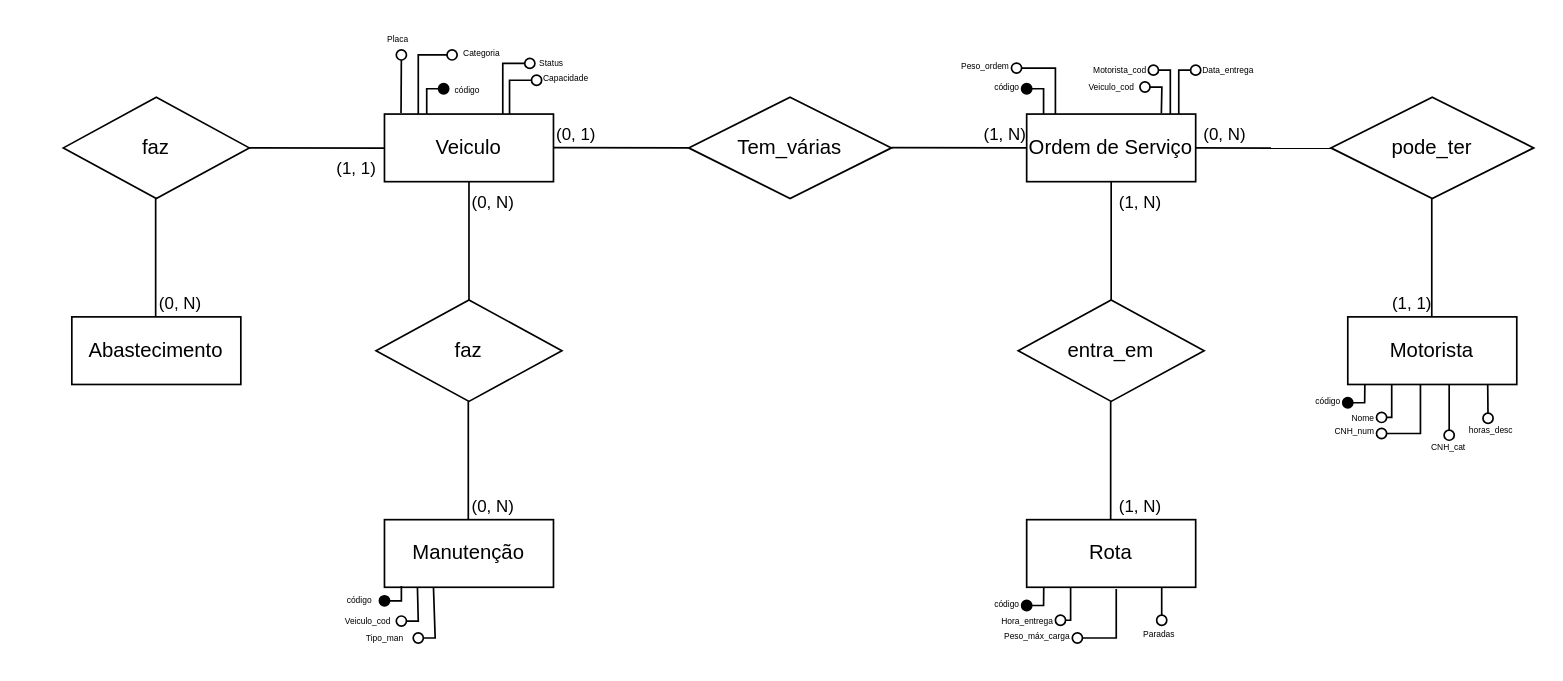
Before: SGF_BancoD.drawio in Daviif/Sistema-de-Gest-o-de-Frotas-, a draw.io diagram. Source tidied: cells renumbered, new cells numbered last; positions are measured from the earlier drawing's top-left corner, leaving out a move shared by most shapes. Both pictures are drawn from the tidied source at 169%, with x=0, y=0 at pixel (63, 29).
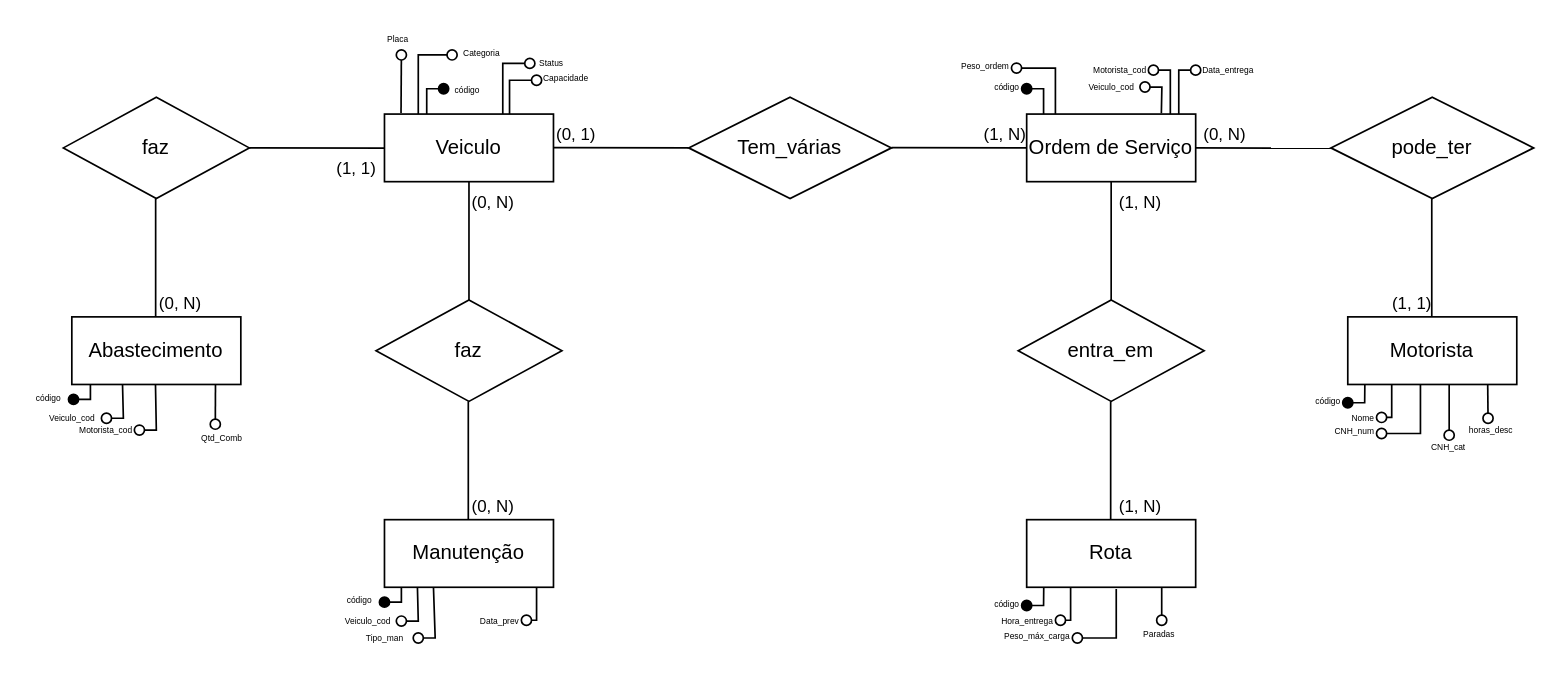
The same diagram, later.

The change refers to these unchanged cells:
```xml
<mxCell id="22" value="Abastecimento" style="whiteSpace=wrap;html=1;align=center;" parent="1" vertex="1">
  <mxGeometry x="5" y="170" width="100" height="40" as="geometry" />
</mxCell>
```

What changed in the source:
```diff
@@
     <mxCell id="43" style="endArrow=oval;html=1;rounded=0;exitX=0.121;exitY=1.031;exitDx=0;exitDy=0;exitPerimeter=0;endFill=1;" parent="1" edge="1">
       <mxGeometry relative="1" as="geometry">
-        <mxPoint x="200" y="329.2" as="sourcePoint" />
-        <mxPoint x="190" y="338" as="targetPoint" />
+        <mxPoint x="200" y="330" as="sourcePoint" />
+        <mxPoint x="190" y="338.8" as="targetPoint" />
         <Array as="points">
-          <mxPoint x="200" y="338" />
+          <mxPoint x="200" y="338.8" />
         </Array>
       </mxGeometry>
     </mxCell>
@@
+    <mxCell id="77" style="endArrow=oval;html=1;rounded=0;endFill=0;exitX=0.16;exitY=1.013;exitDx=0;exitDy=0;exitPerimeter=0;" parent="1" edge="1">
+      <mxGeometry relative="1" as="geometry">
+        <mxPoint x="280" y="330" as="sourcePoint" />
+        <mxPoint x="274" y="349.5" as="targetPoint" />
+        <Array as="points">
+          <mxPoint x="280" y="340" />
+          <mxPoint x="280" y="349.5" />
+        </Array>
+      </mxGeometry>
+    </mxCell>
+    <mxCell id="78" value="&lt;font style=&quot;font-size: 5px; line-height: 60%;&quot;&gt;Data_prev&lt;/font&gt;" style="text;html=1;strokeColor=none;fillColor=none;align=right;verticalAlign=middle;rounded=0;fontSize=8;" parent="1" vertex="1">
+      <mxGeometry x="254" y="340" width="17" height="18" as="geometry" />
+    </mxCell>
+    <mxCell id="79" style="endArrow=oval;html=1;rounded=0;exitX=0.121;exitY=1.031;exitDx=0;exitDy=0;exitPerimeter=0;endFill=1;" parent="1" edge="1">
+      <mxGeometry relative="1" as="geometry">
+        <mxPoint x="16" y="210" as="sourcePoint" />
+        <mxPoint x="6" y="218.8" as="targetPoint" />
+        <Array as="points">
+          <mxPoint x="16" y="218.8" />
+        </Array>
+      </mxGeometry>
+    </mxCell>
+    <mxCell id="80" value="&lt;span style=&quot;font-size: 5px;&quot;&gt;código&lt;/span&gt;" style="text;html=1;strokeColor=none;fillColor=none;align=center;verticalAlign=middle;rounded=0;fontSize=8;" parent="1" vertex="1">
+      <mxGeometry x="-20" y="210" width="21" height="13" as="geometry" />
+    </mxCell>
+    <mxCell id="81" value="&lt;font style=&quot;font-size: 5px; line-height: 60%;&quot;&gt;Veiculo_cod&lt;/font&gt;" style="text;html=1;strokeColor=none;fillColor=none;align=center;verticalAlign=middle;rounded=0;fontSize=8;" parent="1" vertex="1">
+      <mxGeometry x="-5.5" y="222.5" width="21" height="13" as="geometry" />
+    </mxCell>
+    <mxCell id="82" style="endArrow=oval;html=1;rounded=0;endFill=0;exitX=0.25;exitY=1;exitDx=0;exitDy=0;" parent="1" edge="1">
+      <mxGeometry relative="1" as="geometry">
+        <mxPoint x="35" y="210" as="sourcePoint" />
+        <mxPoint x="25.5" y="230" as="targetPoint" />
+        <Array as="points">
+          <mxPoint x="35.5" y="230" />
+        </Array>
+      </mxGeometry>
+    </mxCell>
+    <mxCell id="83" value="&lt;font style=&quot;font-size: 5px; line-height: 60%;&quot;&gt;Motorista_cod&lt;/font&gt;" style="text;html=1;strokeColor=none;fillColor=none;align=center;verticalAlign=middle;rounded=0;fontSize=8;" parent="1" vertex="1">
+      <mxGeometry x="14.5" y="229.5" width="21" height="13" as="geometry" />
+    </mxCell>
+    <mxCell id="84" style="endArrow=oval;html=1;rounded=0;endFill=0;exitX=0.25;exitY=1;exitDx=0;exitDy=0;" parent="1" edge="1">
+      <mxGeometry relative="1" as="geometry">
+        <mxPoint x="54.5" y="210" as="sourcePoint" />
+        <mxPoint x="45" y="237" as="targetPoint" />
+        <Array as="points">
+          <mxPoint x="55" y="237" />
+        </Array>
+      </mxGeometry>
+    </mxCell>
+    <mxCell id="85" style="endArrow=oval;html=1;rounded=0;exitX=0.85;exitY=1.009;exitDx=0;exitDy=0;exitPerimeter=0;endFill=0;entryX=0;entryY=0.5;entryDx=0;entryDy=0;" parent="1" edge="1" source="22">
+      <mxGeometry relative="1" as="geometry">
+        <mxPoint x="89.9" y="233.5" as="targetPoint" />
+      </mxGeometry>
+    </mxCell>
+    <mxCell id="86" value="&lt;font style=&quot;font-size: 5px;&quot;&gt;Qtd_Comb&lt;/font&gt;" style="text;html=1;whiteSpace=wrap;strokeColor=none;fillColor=none;align=left;verticalAlign=middle;rounded=0;fontSize=8;" parent="1" vertex="1">
+      <mxGeometry x="80" y="236" width="25" height="10" as="geometry" />
+    </mxCell>
```
